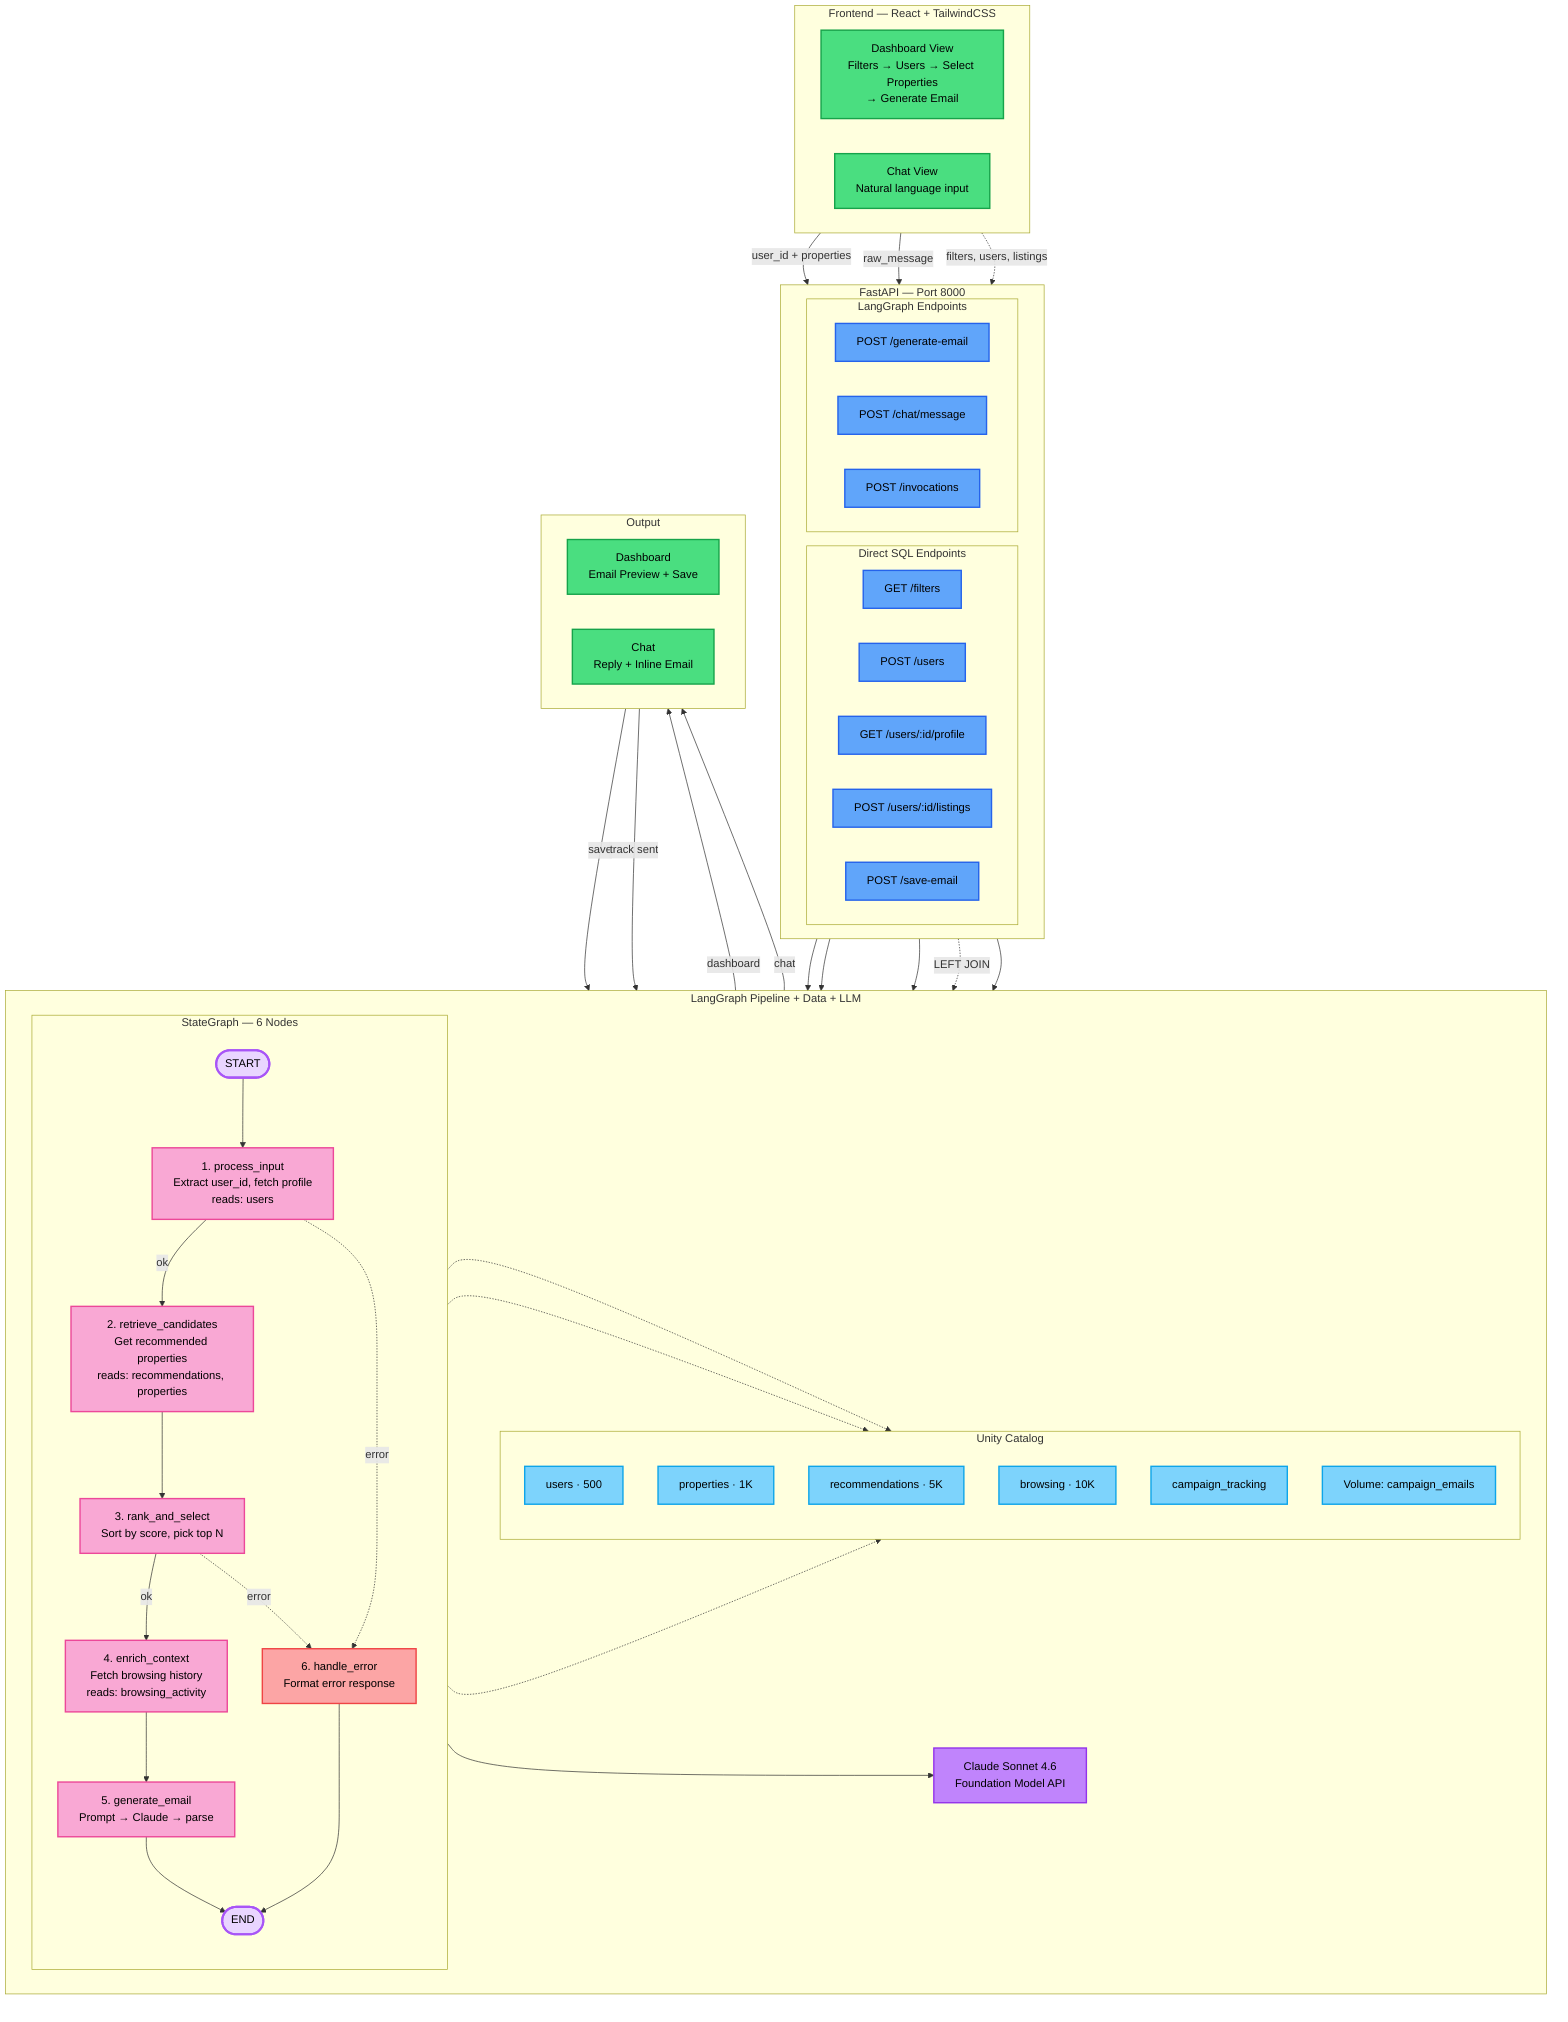
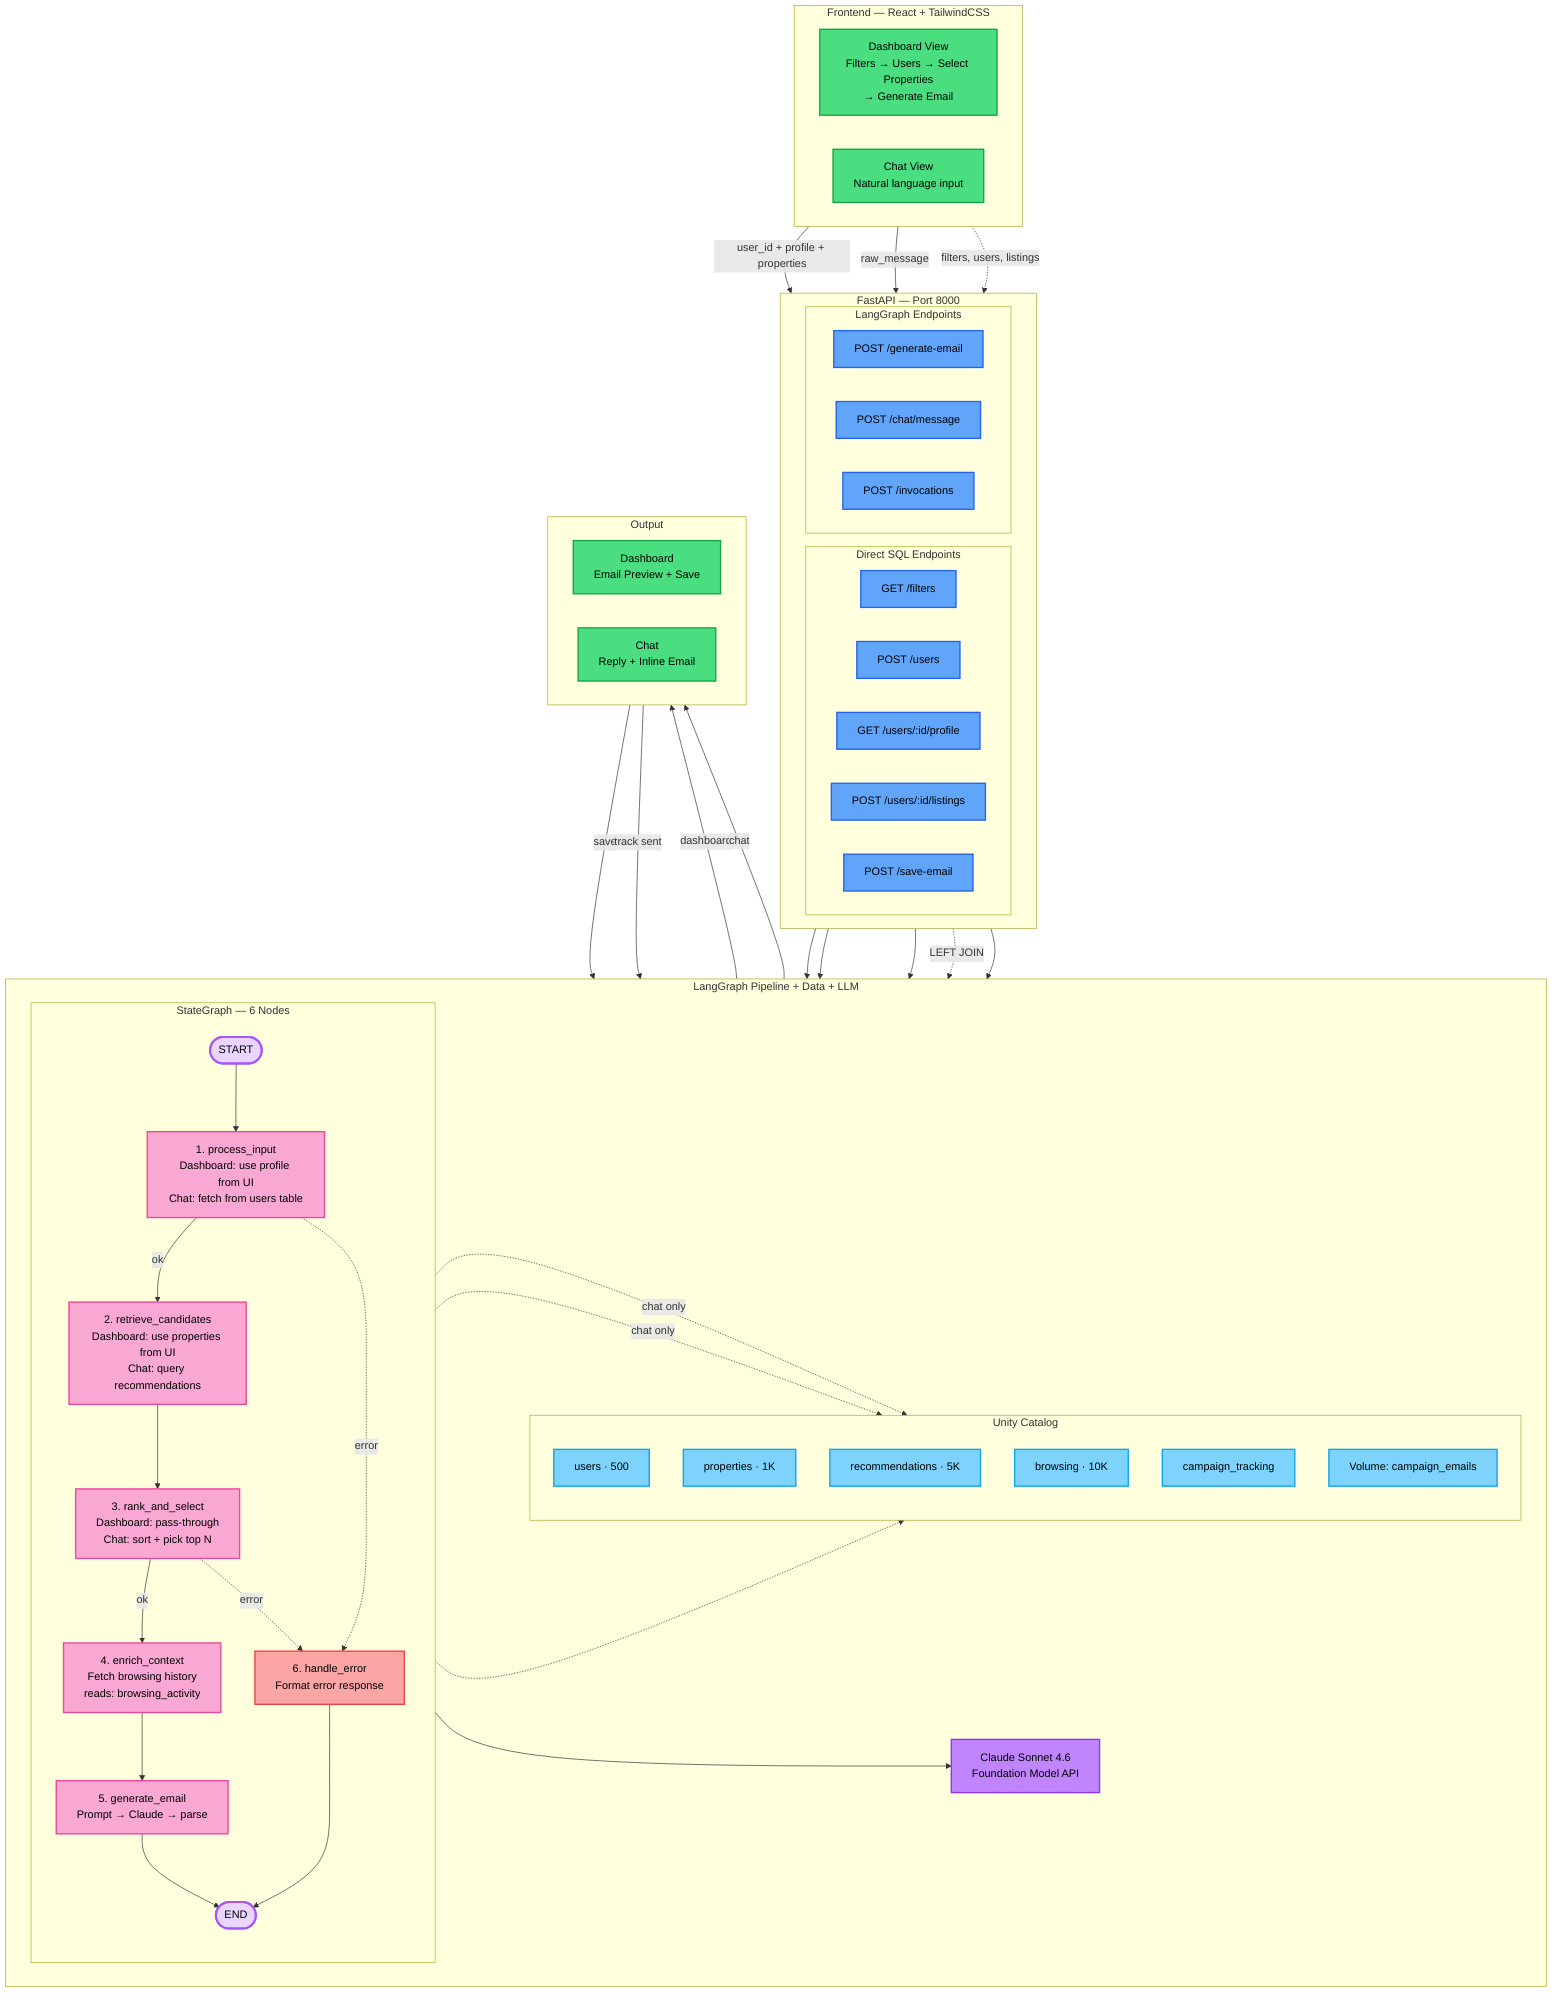
flowchart TD
    classDef ui fill:#4ade80,stroke:#16a34a,stroke-width:2px,color:#000
    classDef api fill:#60a5fa,stroke:#2563eb,stroke-width:2px,color:#000
    classDef gn fill:#f9a8d4,stroke:#ec4899,stroke-width:2px,color:#000
    classDef er fill:#fca5a5,stroke:#ef4444,stroke-width:2px,color:#000
    classDef llm fill:#c084fc,stroke:#9333ea,stroke-width:2px,color:#000
    classDef db fill:#7dd3fc,stroke:#0ea5e9,stroke-width:2px,color:#000
    classDef pt fill:#e9d5ff,stroke:#a855f7,stroke-width:3px,color:#000

    %% ── Frontend ──
    subgraph FE["Frontend — React + TailwindCSS"]
        direction LR
        D["Dashboard View<br/>Filters → Users → Select Properties<br/>→ Generate Email"]:::ui
        C["Chat View<br/>Natural language input"]:::ui
    end

    %% ── REST API ──
    subgraph API["FastAPI — Port 8000"]
        direction LR
        subgraph SQL_EP["Direct SQL Endpoints"]
            A1["GET /filters"]:::api
            A2["POST /users"]:::api
            A3["GET /users/:id/profile"]:::api
            A4["POST /users/:id/listings"]:::api
            A5["POST /save-email"]:::api
        end
        subgraph LG_EP["LangGraph Endpoints"]
            G1["POST /generate-email"]:::api
            G2["POST /chat/message"]:::api
            G3["POST /invocations"]:::api
        end
    end

    %% ── LangGraph + Data + LLM (single layer) ──
    subgraph CORE["LangGraph Pipeline + Data + LLM"]
        direction LR

        subgraph LG["StateGraph — 6 Nodes"]
            direction TB
            S(["START"]):::pt
-             P1["1. process_input<br/>Extract user_id, fetch profile<br/>reads: users"]:::gn
-             P2["2. retrieve_candidates<br/>Get recommended properties<br/>reads: recommendations, properties"]:::gn
-             P3["3. rank_and_select<br/>Sort by score, pick top N"]:::gn
+             P1["1. process_input<br/>Dashboard: use profile from UI<br/>Chat: fetch from users table"]:::gn
+             P2["2. retrieve_candidates<br/>Dashboard: use properties from UI<br/>Chat: query recommendations"]:::gn
+             P3["3. rank_and_select<br/>Dashboard: pass-through<br/>Chat: sort + pick top N"]:::gn
            P4["4. enrich_context<br/>Fetch browsing history<br/>reads: browsing_activity"]:::gn
            P5["5. generate_email<br/>Prompt → Claude → parse"]:::gn
            ERR["6. handle_error<br/>Format error response"]:::er
            EN(["END"]):::pt

            S --> P1
            P1 -->|ok| P2
            P1 -.->|error| ERR
            P2 --> P3
            P3 -->|ok| P4
            P3 -.->|error| ERR
            P4 --> P5
            P5 --> EN
            ERR --> EN
        end

        LLM["Claude Sonnet 4.6<br/>Foundation Model API"]:::llm

        subgraph UC["Unity Catalog"]
            direction TB
            T1["users · 500"]:::db
            T2["properties · 1K"]:::db
            T3["recommendations · 5K"]:::db
            T4["browsing · 10K"]:::db
            T5["campaign_tracking"]:::db
            VOL["Volume: campaign_emails"]:::db
        end
    end

    %% ── Output ──
    subgraph OUT["Output"]
        direction LR
        O1["Dashboard<br/>Email Preview + Save"]:::ui
        O2["Chat<br/>Reply + Inline Email"]:::ui
    end

    %% ── Vertical flow ──
-     D -->|"user_id + properties"| G1
+     D -->|"user_id + profile + properties"| G1
    D -.->|"filters, users, listings"| SQL_EP
    C -->|"raw_message"| G2
    G1 & G2 & G3 --> S
    P5 --> LLM
    SQL_EP --> UC
    EN -->|dashboard| O1
    EN -->|chat| O2
    O1 -->|save| VOL
    O1 -->|"track sent"| T5

-     %% ── Data reads ──
-     P1 -.-> T1
-     P2 -.-> T3
+     %% ── Data reads (chat path only for P1, P2) ──
+     P1 -.->|"chat only"| T1
+     P2 -.->|"chat only"| T3
    P4 -.-> T4
    A4 -.->|"LEFT JOIN"| T5
